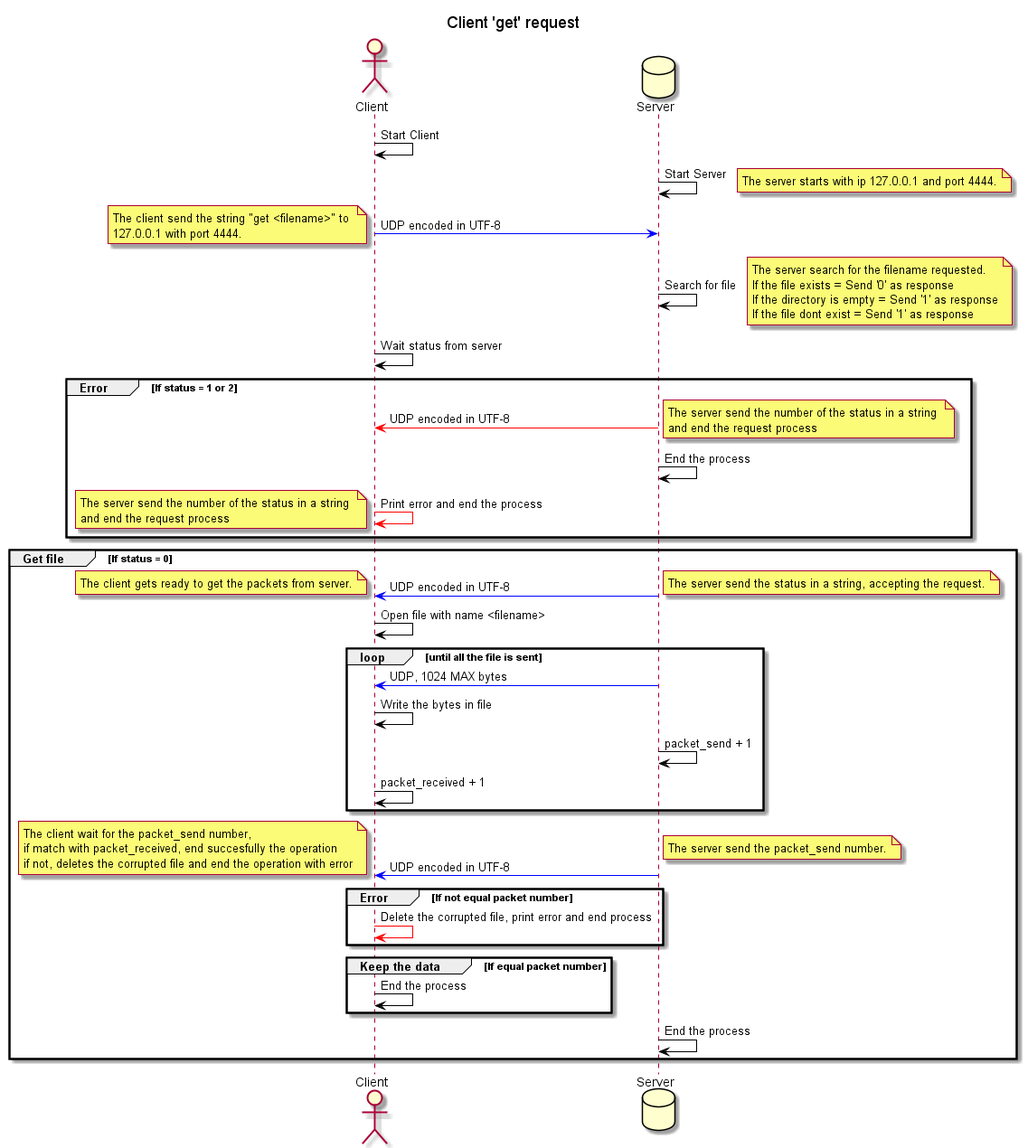
Zettaiki/Client-Server-UDP-file-transfer keeps this PlantUML diagram as UML/ClientGetUML.png. Above is the earlier version.
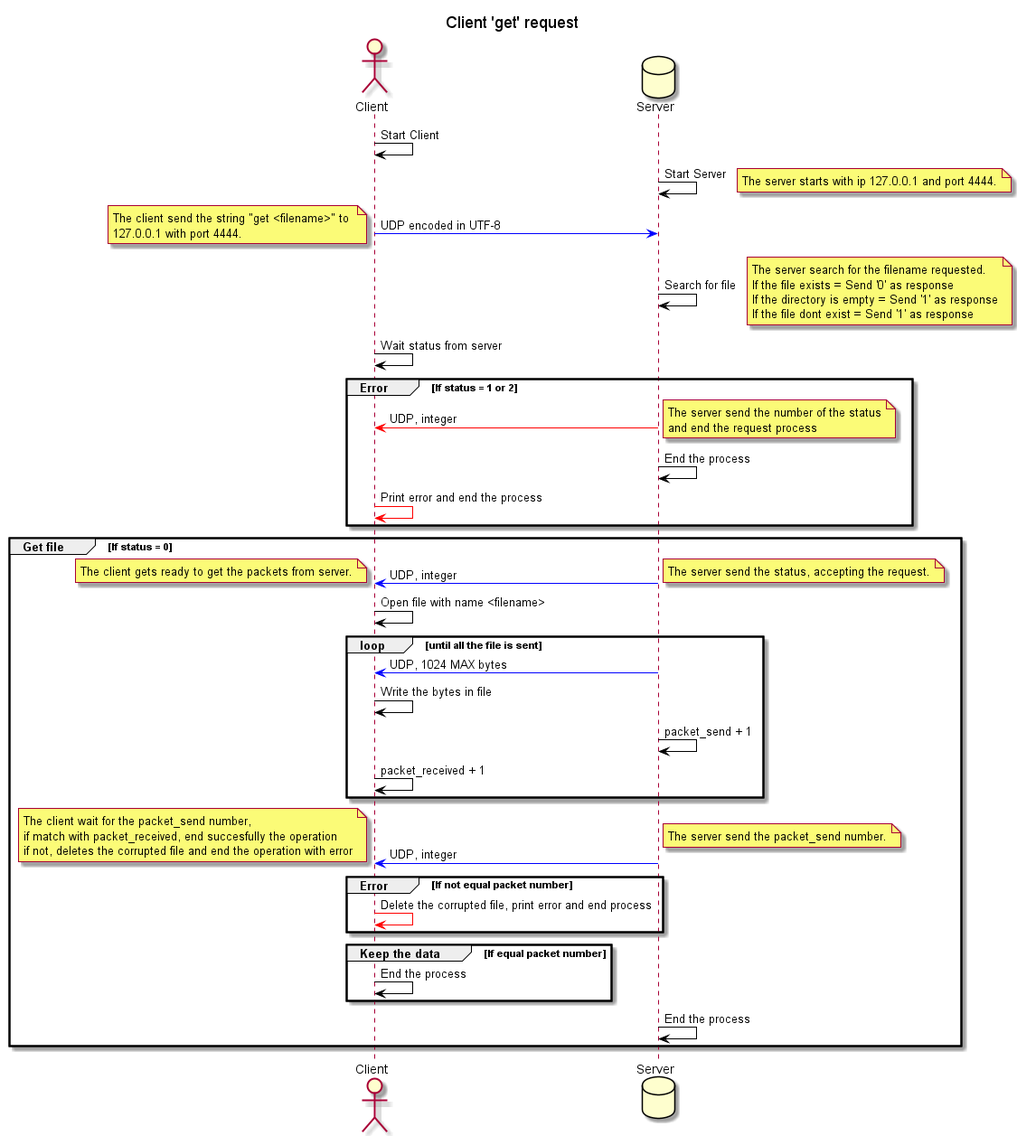
The same diagram one commit later.

The edit, as a diff of the source:
```diff
@@ -1,4 +1,4 @@
-@startuml ClientUMLlist
+@startuml ClientGetUML
 
 title Client 'get' request
 
@@ -23,22 +23,18 @@
 end note
 Client -[#Black]> Client : Wait status from server
 group Error [If status = 1 or 2]
-    Client <[#Red]- Server : UDP encoded in UTF-8
+    Client <[#Red]- Server : UDP, integer
     note right
-    The server send the number of the status in a string
+    The server send the number of the status
     and end the request process
     end note
     Server -[#Black]> Server : End the process
     Client -[#Red]> Client : Print error and end the process
-    note left
-    The server send the number of the status in a string
-    and end the request process
-    end note
 end
 group Get file [If status = 0]
-    Client <[#Blue]- Server : UDP encoded in UTF-8
+    Client <[#Blue]- Server : UDP, integer
     note right
-    The server send the status in a string, accepting the request.
+    The server send the status, accepting the request.
     end note
     note left
     The client gets ready to get the packets from server.
@@ -50,7 +46,7 @@
         Server -[#Black]> Server : packet_send + 1
         Client -[#Black]> Client : packet_received + 1
     end
-    Server -[#Blue]> Client : UDP encoded in UTF-8
+    Server -[#Blue]> Client : UDP, integer
     note left
     The client wait for the packet_send number,
     if match with packet_received, end succesfully the operation
```
